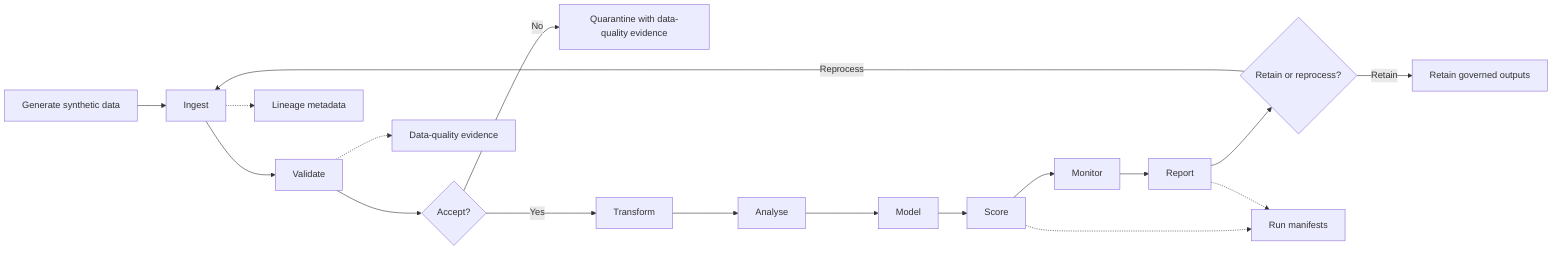
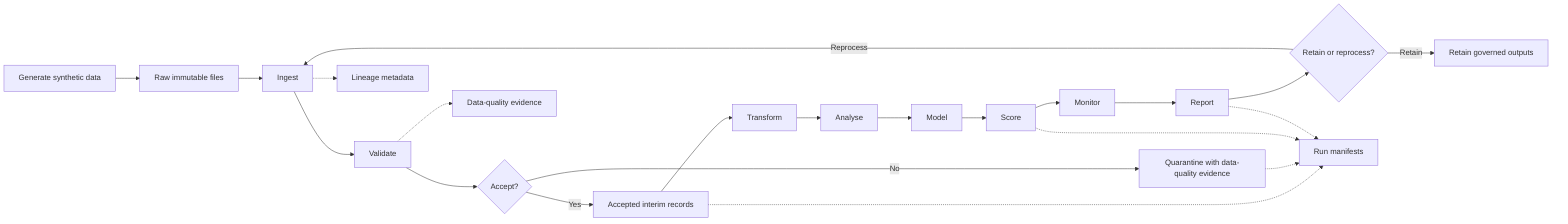
flowchart LR
-     Generate["Generate synthetic data"] --> Ingest["Ingest"]
+     Generate["Generate synthetic data"] --> Raw["Raw immutable files"]
+     Raw --> Ingest["Ingest"]
    Ingest --> Validate["Validate"]
    Validate --> Decision{"Accept?"}
    Decision -- No --> Quarantine["Quarantine with data-quality evidence"]
-     Decision -- Yes --> Transform["Transform"]
+     Decision -- Yes --> Accepted["Accepted interim records"]
+     Accepted --> Transform["Transform"]
    Transform --> Analyse["Analyse"]
    Analyse --> Model["Model"]
    Model --> Score["Score"]
    Score --> Monitor["Monitor"]
    Monitor --> Report["Report"]
    Report --> Retain{"Retain or reprocess?"}
    Retain -- Retain --> Archive["Retain governed outputs"]
    Retain -- Reprocess --> Ingest

    Ingest -.-> Lineage["Lineage metadata"]
    Validate -.-> Evidence["Data-quality evidence"]
-     Score -.-> Manifest["Run manifests"]
+     Accepted -.-> Manifest["Run manifests"]
+     Quarantine -.-> Manifest
+     Score -.-> Manifest
    Report -.-> Manifest
